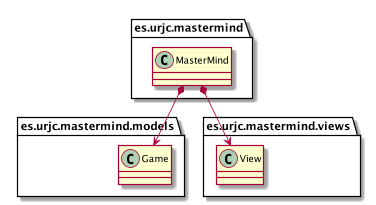
TheMercuryBeat/MasterMind keeps this PlantUML diagram as docs/images/MasterMindDesignModel-MasterMindModels.png. Above is the earlier version.
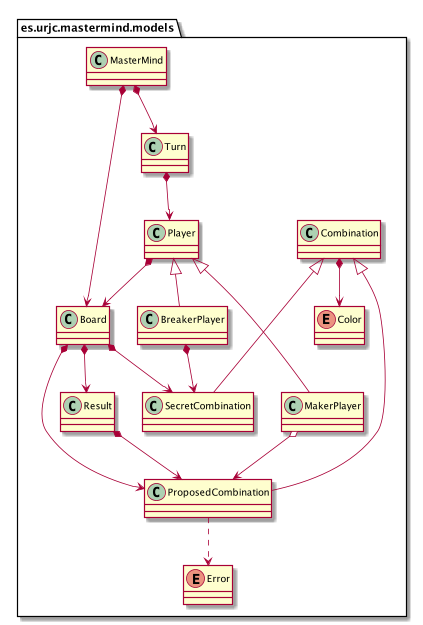
The same diagram one commit later.

Commit message:
Fix design model image

Diff of the diagram source:
```diff
@@ -1,16 +1,36 @@
 @startuml
-package es.urjc.mastermind {
+package es.urjc.mastermind.models{
+
     class MasterMind
+    class Board
+    class Turn
+    class Player
+    class MakerPlayer
+    class BreakerPlayer
+    class Combination
+    class ProposedCombination
+    class SecretCombination
+    class Result
+    enum Color
+    enum Error
 }
 
-package es.urjc.mastermind.models {
-    class Game
-}
+Player <|-- MakerPlayer
+Player <|-- BreakerPlayer
 
-package es.urjc.mastermind.views {
-    class View
-}
+Combination <|--- SecretCombination
+Combination <|--- ProposedCombination
 
-MasterMind *--> Game
-MasterMind *--> View
+MasterMind *--> Board
+MasterMind *--> Turn
+Turn *--> Player
+Combination *--> Color
+Player *--> Board
+BreakerPlayer *--> SecretCombination
+MakerPlayer o--> ProposedCombination
+Board *--> Result
+Board *--> SecretCombination
+Board *--> ProposedCombination
+Result *--> ProposedCombination
+ProposedCombination ..> Error
 @enduml
```
